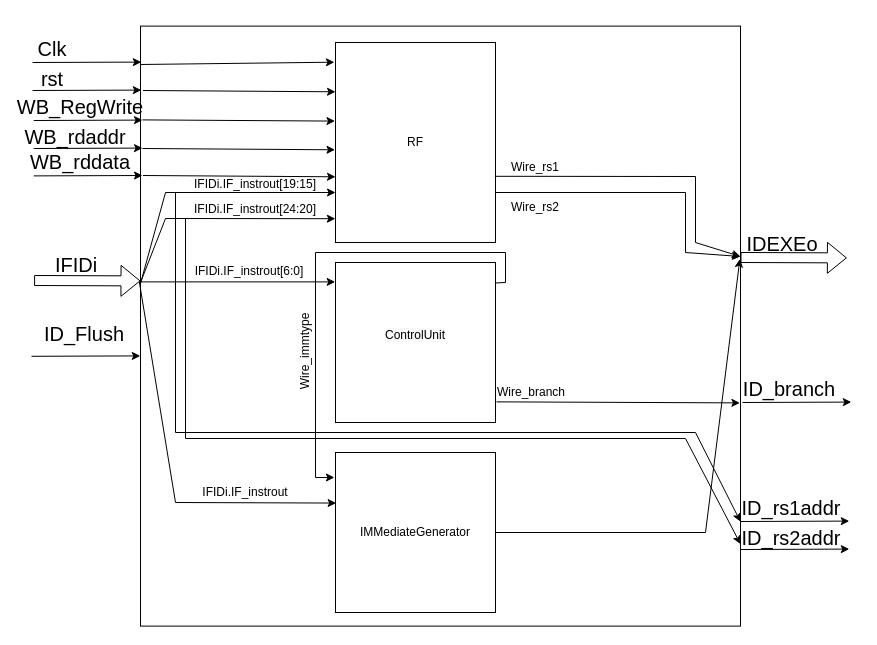
yuchengwang1121/VLSI-System-Design keeps this draw.io diagram as page "ID" (3 of 6) of VLSIHW1.drawio. Above is the earlier version. Source tidied: cells renumbered, new cells numbered last; positions are measured from the earlier drawing's top-left corner, leaving out a move shared by most shapes. Both pictures are drawn from the tidied source at 100%, with x=0, y=0 at pixel (22, 26).
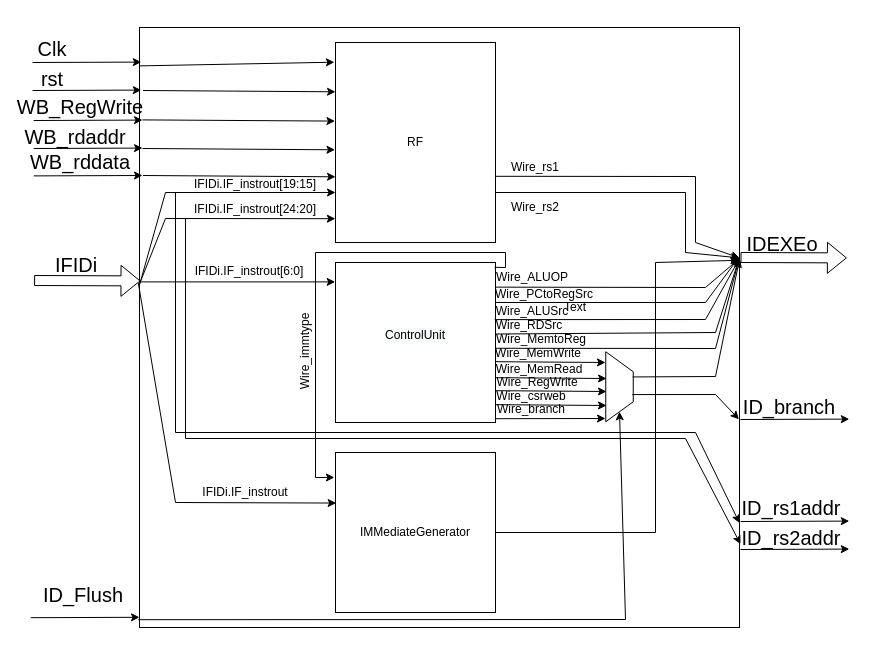
The same diagram, later.

Unchanged cells that the change refers to:
```xml
<mxCell id="7" value="IMMediateGenerator" style="whiteSpace=wrap;html=1;fillColor=none;" parent="1" vertex="1">
  <mxGeometry x="313" y="426" width="160" height="160" as="geometry" />
</mxCell>
<mxCell id="8" value="&#10;&lt;span style=&quot;color: rgb(0, 0, 0); font-family: Helvetica; font-size: 12px; font-style: normal; font-variant-ligatures: normal; font-variant-caps: normal; font-weight: 400; letter-spacing: normal; orphans: 2; text-align: center; text-indent: 0px; text-transform: none; widows: 2; word-spacing: 0px; -webkit-text-stroke-width: 0px; background-color: rgb(248, 249, 250); text-decoration-thickness: initial; text-decoration-style: initial; text-decoration-color: initial; float: none; display: inline !important;&quot;&gt;ControlUnit&lt;/span&gt;&#10;&#10;" style="whiteSpace=wrap;html=1;fillColor=none;" parent="1" vertex="1">
  <mxGeometry x="313" y="236" width="160" height="160" as="geometry" />
</mxCell>
```

What changed in the source:
```diff
@@
     <mxCell id="2" style="whiteSpace=wrap;html=1;fontSize=40;fillColor=none;" parent="1" vertex="1">
-      <mxGeometry x="118" y="-0.4" width="600" height="600" as="geometry" />
+      <mxGeometry x="117" y="1" width="600" height="600" as="geometry" />
     </mxCell>
@@
     <mxCell id="16" style="endArrow=classic;html=1;rounded=0;fontSize=40;strokeWidth=1;entryX=-0.002;entryY=0.126;entryDx=0;entryDy=0;entryPerimeter=0;" parent="1" edge="1">
       <mxGeometry relative="1" as="geometry">
-        <mxPoint x="9" y="329.8" as="sourcePoint" />
-        <mxPoint x="117.8" y="329.4" as="targetPoint" />
+        <mxPoint x="8.2" y="591.2" as="sourcePoint" />
+        <mxPoint x="117" y="590.8" as="targetPoint" />
       </mxGeometry>
     </mxCell>
     <mxCell id="17" value="&lt;font style=&quot;font-size: 20px;&quot;&gt;ID_Flush&lt;/font&gt;" style="text;html=1;strokeColor=none;fillColor=none;align=center;verticalAlign=middle;whiteSpace=wrap;rounded=0;fontSize=40;" parent="1" vertex="1">
-      <mxGeometry x="32" y="284.6" width="60" height="30" as="geometry" />
+      <mxGeometry x="31.2" y="546" width="60" height="30" as="geometry" />
     </mxCell>
@@
     <mxCell id="25" style="endArrow=classic;html=1;rounded=0;fontSize=40;strokeWidth=1;entryX=-0.002;entryY=0.126;entryDx=0;entryDy=0;entryPerimeter=0;" parent="1" edge="1">
       <mxGeometry relative="1" as="geometry">
-        <mxPoint x="720" y="376" as="sourcePoint" />
-        <mxPoint x="828.8" y="375.6" as="targetPoint" />
+        <mxPoint x="718" y="393" as="sourcePoint" />
+        <mxPoint x="826.8" y="392.6" as="targetPoint" />
       </mxGeometry>
     </mxCell>
     <mxCell id="26" value="&lt;font style=&quot;font-size: 20px;&quot;&gt;ID_branch&lt;/font&gt;" style="text;html=1;strokeColor=none;fillColor=none;align=center;verticalAlign=middle;whiteSpace=wrap;rounded=0;fontSize=40;" parent="1" vertex="1">
-      <mxGeometry x="736.8" y="340" width="60" height="30" as="geometry" />
+      <mxGeometry x="736.8" y="358" width="60" height="30" as="geometry" />
     </mxCell>
@@
-    <mxCell id="43" style="endArrow=classic;html=1;rounded=0;exitX=0.999;exitY=0.128;exitDx=0;exitDy=0;exitPerimeter=0;entryX=-0.007;entryY=0.156;entryDx=0;entryDy=0;entryPerimeter=0;" parent="1" edge="1" source="8" target="7">
+    <mxCell id="43" style="endArrow=classic;html=1;rounded=0;exitX=0.994;exitY=0.03;exitDx=0;exitDy=0;exitPerimeter=0;entryX=-0.007;entryY=0.156;entryDx=0;entryDy=0;entryPerimeter=0;" parent="1" edge="1" source="8" target="7">
       <mxGeometry relative="1" as="geometry">
         <Array as="points">
-          <mxPoint x="483" y="256" />
+          <mxPoint x="483" y="241" />
           <mxPoint x="483" y="226" />
           <mxPoint x="293" y="226" />
           <mxPoint x="293" y="451" />
         </Array>
       </mxGeometry>
     </mxCell>
@@
-    <mxCell id="47" style="endArrow=classic;html=1;rounded=0;entryX=0.999;entryY=0.628;entryDx=0;entryDy=0;entryPerimeter=0;exitX=1.006;exitY=0.871;exitDx=0;exitDy=0;exitPerimeter=0;" parent="1" edge="1" source="8" target="2">
-      <mxGeometry relative="1" as="geometry" />
-    </mxCell>
     <mxCell id="48" value="Wire_branch" style="text;html=1;strokeColor=none;fillColor=none;align=center;verticalAlign=middle;whiteSpace=wrap;rounded=0;" parent="1" vertex="1">
-      <mxGeometry x="479" y="351" width="60" height="30" as="geometry" />
+      <mxGeometry x="479" y="368" width="60" height="30" as="geometry" />
     </mxCell>
@@
     <mxCell id="51" style="endArrow=classic;html=1;rounded=0;exitX=1;exitY=0.5;exitDx=0;exitDy=0;entryX=0.999;entryY=0.388;entryDx=0;entryDy=0;entryPerimeter=0;" parent="1" edge="1" source="7" target="2">
       <mxGeometry relative="1" as="geometry">
         <Array as="points">
-          <mxPoint x="683" y="506" />
+          <mxPoint x="633" y="506" />
+          <mxPoint x="633" y="236" />
         </Array>
       </mxGeometry>
     </mxCell>
+    <mxCell id="52" style="endArrow=classic;html=1;rounded=0;exitX=0.997;exitY=0.62;exitDx=0;exitDy=0;exitPerimeter=0;" parent="1" edge="1" source="8">
+      <mxGeometry relative="1" as="geometry">
+        <mxPoint x="583" y="336" as="targetPoint" />
+      </mxGeometry>
+    </mxCell>
+    <mxCell id="53" style="endArrow=classic;html=1;rounded=0;entryX=1;entryY=0.383;entryDx=0;entryDy=0;entryPerimeter=0;exitX=0.997;exitY=0.536;exitDx=0;exitDy=0;exitPerimeter=0;" parent="1" edge="1" source="8" target="2">
+      <mxGeometry relative="1" as="geometry">
+        <Array as="points">
+          <mxPoint x="693" y="322" />
+        </Array>
+      </mxGeometry>
+    </mxCell>
+    <mxCell id="54" style="endArrow=classic;html=1;rounded=0;entryX=1;entryY=0.383;entryDx=0;entryDy=0;entryPerimeter=0;exitX=1.001;exitY=0.447;exitDx=0;exitDy=0;exitPerimeter=0;" parent="1" edge="1" source="8" target="2">
+      <mxGeometry relative="1" as="geometry">
+        <Array as="points">
+          <mxPoint x="693" y="306" />
+        </Array>
+      </mxGeometry>
+    </mxCell>
+    <mxCell id="55" style="endArrow=classic;html=1;rounded=0;entryX=1;entryY=0.385;entryDx=0;entryDy=0;entryPerimeter=0;exitX=0.995;exitY=0.357;exitDx=0;exitDy=0;exitPerimeter=0;" parent="1" edge="1" source="8" target="2">
+      <mxGeometry relative="1" as="geometry">
+        <Array as="points">
+          <mxPoint x="683" y="293" />
+        </Array>
+      </mxGeometry>
+    </mxCell>
+    <mxCell id="56" style="endArrow=classic;html=1;rounded=0;entryX=0.999;entryY=0.383;entryDx=0;entryDy=0;entryPerimeter=0;exitX=1;exitY=0.25;exitDx=0;exitDy=0;" parent="1" edge="1" source="8" target="2">
+      <mxGeometry relative="1" as="geometry">
+        <Array as="points">
+          <mxPoint x="683" y="276" />
+        </Array>
+      </mxGeometry>
+    </mxCell>
+    <mxCell id="57" style="endArrow=classic;html=1;rounded=0;entryX=1;entryY=0.385;entryDx=0;entryDy=0;entryPerimeter=0;exitX=1.001;exitY=0.154;exitDx=0;exitDy=0;exitPerimeter=0;" parent="1" edge="1" source="8" target="2">
+      <mxGeometry relative="1" as="geometry">
+        <Array as="points">
+          <mxPoint x="683" y="261" />
+        </Array>
+      </mxGeometry>
+    </mxCell>
+    <mxCell id="58" value="Wire_csrweb" style="text;html=1;strokeColor=none;fillColor=none;align=center;verticalAlign=middle;whiteSpace=wrap;rounded=0;" parent="1" vertex="1">
+      <mxGeometry x="479" y="355" width="60" height="30" as="geometry" />
+    </mxCell>
+    <mxCell id="59" value="Wire_RegWrite" style="text;html=1;strokeColor=none;fillColor=none;align=center;verticalAlign=middle;whiteSpace=wrap;rounded=0;" parent="1" vertex="1">
+      <mxGeometry x="485" y="341" width="60" height="30" as="geometry" />
+    </mxCell>
+    <mxCell id="60" value="Wire_MemtoReg" style="text;html=1;strokeColor=none;fillColor=none;align=center;verticalAlign=middle;whiteSpace=wrap;rounded=0;" parent="1" vertex="1">
+      <mxGeometry x="489" y="298" width="60" height="30" as="geometry" />
+    </mxCell>
+    <mxCell id="61" value="Wire_MemWrite" style="text;html=1;strokeColor=none;fillColor=none;align=center;verticalAlign=middle;whiteSpace=wrap;rounded=0;" parent="1" vertex="1">
+      <mxGeometry x="486" y="311.6" width="60" height="30" as="geometry" />
+    </mxCell>
+    <mxCell id="62" value="Wire_RDSrc" style="text;html=1;strokeColor=none;fillColor=none;align=center;verticalAlign=middle;whiteSpace=wrap;rounded=0;" parent="1" vertex="1">
+      <mxGeometry x="477" y="284" width="60" height="30" as="geometry" />
+    </mxCell>
+    <mxCell id="63" value="Wire_MemRead" style="text;html=1;strokeColor=none;fillColor=none;align=center;verticalAlign=middle;whiteSpace=wrap;rounded=0;" parent="1" vertex="1">
+      <mxGeometry x="487" y="328" width="60" height="30" as="geometry" />
+    </mxCell>
+    <mxCell id="64" value="Wire_ALUSrc" style="text;html=1;strokeColor=none;fillColor=none;align=center;verticalAlign=middle;whiteSpace=wrap;rounded=0;" parent="1" vertex="1">
+      <mxGeometry x="480" y="270" width="60" height="30" as="geometry" />
+    </mxCell>
+    <mxCell id="65" value="Text" style="text;html=1;strokeColor=none;fillColor=none;align=center;verticalAlign=middle;whiteSpace=wrap;rounded=0;" parent="1" vertex="1">
+      <mxGeometry x="523" y="266" width="60" height="30" as="geometry" />
+    </mxCell>
+    <mxCell id="66" value="Wire_PCtoRegSrc" style="text;html=1;strokeColor=none;fillColor=none;align=center;verticalAlign=middle;whiteSpace=wrap;rounded=0;" parent="1" vertex="1">
+      <mxGeometry x="492" y="253" width="60" height="30" as="geometry" />
+    </mxCell>
+    <mxCell id="67" value="Wire_ALUOP" style="text;html=1;strokeColor=none;fillColor=none;align=center;verticalAlign=middle;whiteSpace=wrap;rounded=0;" parent="1" vertex="1">
+      <mxGeometry x="480" y="236" width="60" height="30" as="geometry" />
+    </mxCell>
+    <mxCell id="68" style="endArrow=classic;html=1;rounded=0;exitX=0.997;exitY=0.62;exitDx=0;exitDy=0;exitPerimeter=0;" parent="1" edge="1">
+      <mxGeometry relative="1" as="geometry">
+        <mxPoint x="473.5" y="351.2" as="sourcePoint" />
+        <mxPoint x="584" y="352" as="targetPoint" />
+      </mxGeometry>
+    </mxCell>
+    <mxCell id="69" style="endArrow=classic;html=1;rounded=0;exitX=0.997;exitY=0.62;exitDx=0;exitDy=0;exitPerimeter=0;" parent="1" edge="1">
+      <mxGeometry relative="1" as="geometry">
+        <mxPoint x="473.5" y="364.2" as="sourcePoint" />
+        <mxPoint x="584" y="365" as="targetPoint" />
+      </mxGeometry>
+    </mxCell>
+    <mxCell id="70" style="endArrow=classic;html=1;rounded=0;exitX=0.997;exitY=0.62;exitDx=0;exitDy=0;exitPerimeter=0;" parent="1" edge="1">
+      <mxGeometry relative="1" as="geometry">
+        <mxPoint x="473.5" y="378.2" as="sourcePoint" />
+        <mxPoint x="584" y="379" as="targetPoint" />
+      </mxGeometry>
+    </mxCell>
+    <mxCell id="71" style="endArrow=classic;html=1;rounded=0;exitX=0.997;exitY=0.62;exitDx=0;exitDy=0;exitPerimeter=0;" parent="1" edge="1">
+      <mxGeometry relative="1" as="geometry">
+        <mxPoint x="473.5" y="392.2" as="sourcePoint" />
+        <mxPoint x="583" y="392" as="targetPoint" />
+      </mxGeometry>
+    </mxCell>
+    <mxCell id="72" style="shape=trapezoid;perimeter=trapezoidPerimeter;whiteSpace=wrap;html=1;fixedSize=1;fillColor=none;rotation=90;" parent="1" vertex="1">
+      <mxGeometry x="562" y="346.5" width="70" height="27.5" as="geometry" />
+    </mxCell>
+    <mxCell id="73" style="endArrow=classic;html=1;rounded=0;entryX=1;entryY=0.386;entryDx=0;entryDy=0;entryPerimeter=0;exitX=0.36;exitY=0.023;exitDx=0;exitDy=0;exitPerimeter=0;" parent="1" edge="1" source="72" target="2">
+      <mxGeometry relative="1" as="geometry">
+        <Array as="points">
+          <mxPoint x="693" y="350" />
+        </Array>
+      </mxGeometry>
+    </mxCell>
+    <mxCell id="74" style="endArrow=classic;html=1;rounded=0;entryX=0.999;entryY=0.653;entryDx=0;entryDy=0;entryPerimeter=0;exitX=0.612;exitY=0.036;exitDx=0;exitDy=0;exitPerimeter=0;" parent="1" edge="1" source="72" target="2">
+      <mxGeometry relative="1" as="geometry">
+        <Array as="points">
+          <mxPoint x="693" y="368" />
+        </Array>
+      </mxGeometry>
+    </mxCell>
+    <mxCell id="75" style="endArrow=classic;html=1;rounded=0;entryX=1;entryY=0.5;entryDx=0;entryDy=0;exitX=-0.002;exitY=0.987;exitDx=0;exitDy=0;exitPerimeter=0;" parent="1" edge="1" source="2" target="72">
+      <mxGeometry relative="1" as="geometry">
+        <Array as="points">
+          <mxPoint x="603" y="593" />
+        </Array>
+      </mxGeometry>
+    </mxCell>
```
